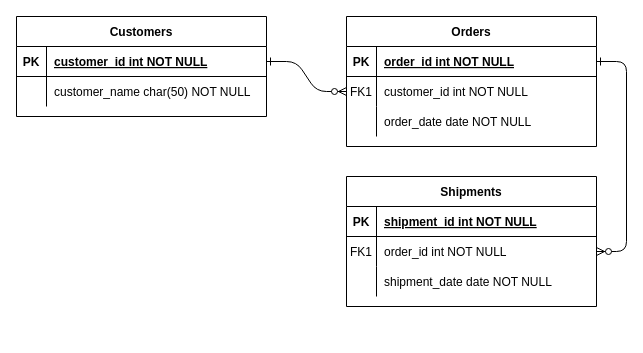
TonyG89/VUE_TAILWIND_footballweekend keeps this draw.io diagram as src/assets/Диаграмма без названия.drawio. Above is the earlier version. Source tidied: cells renumbered, new cells numbered last; positions are measured from the earlier drawing's top-left corner, leaving out a move shared by most shapes. Both pictures are drawn from the tidied source at 100%, with x=0, y=0 at pixel (16, 16).
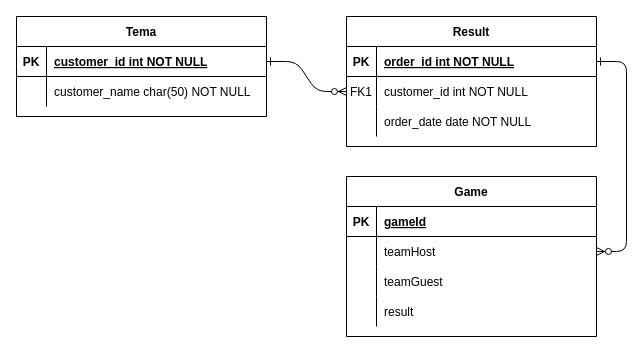
The same page after the edit.

The change refers to these unchanged cells:
```xml
<mxCell id="15" style="shape=partialRectangle;fillColor=none;top=0;left=0;right=0;bottom=1;" parent="14" vertex="1">
  <mxGeometry y="30" width="250" height="30" as="geometry" />
</mxCell>
<mxCell id="18" style="shape=partialRectangle;fillColor=none;points=[[0,0.5],[1,0.5]];portConstraint=eastwest;top=0;left=0;right=0;bottom=0;" parent="14" vertex="1">
  <mxGeometry y="60" width="250" height="30" as="geometry" />
</mxCell>
```

Change to the diagram source:
```diff
@@
-    <mxCell id="4" value="Orders" style="shape=table;startSize=30;childLayout=tableLayout;rowLines=0;fontStyle=1;align=center;" parent="1" vertex="1">
+    <mxCell id="4" value="Result" style="shape=table;startSize=30;childLayout=tableLayout;rowLines=0;fontStyle=1;align=center;" parent="1" vertex="1">
       <mxGeometry x="330" width="250" height="130" as="geometry" />
     </mxCell>
@@
-    <mxCell id="14" value="Shipments" style="shape=table;startSize=30;childLayout=tableLayout;rowLines=0;fontStyle=1;align=center;" parent="1" vertex="1">
-      <mxGeometry x="330" y="160" width="250" height="130" as="geometry" />
+    <mxCell id="14" value="Game" style="shape=table;startSize=30;childLayout=tableLayout;rowLines=0;fontStyle=1;align=center;" parent="1" vertex="1">
+      <mxGeometry x="330" y="160" width="250" height="160" as="geometry" />
     </mxCell>
@@
-    <mxCell id="17" value="shipment_id int NOT NULL " style="shape=partialRectangle;overflow=hidden;fillColor=none;top=0;left=0;bottom=0;right=0;align=left;spacingLeft=6;fontStyle=5;" parent="15" vertex="1">
+    <mxCell id="17" value="gameId" style="shape=partialRectangle;overflow=hidden;fillColor=none;top=0;left=0;bottom=0;right=0;align=left;spacingLeft=6;fontStyle=5;" parent="15" vertex="1">
       <mxGeometry x="30" width="220" height="30" as="geometry" />
     </mxCell>
@@
-    <mxCell id="19" value="FK1" style="shape=partialRectangle;overflow=hidden;fillColor=none;top=0;left=0;bottom=0;right=0;" parent="18" vertex="1">
+    <mxCell id="19" style="shape=partialRectangle;overflow=hidden;fillColor=none;top=0;left=0;bottom=0;right=0;" parent="18" vertex="1">
       <mxGeometry width="30" height="30" as="geometry" />
     </mxCell>
-    <mxCell id="20" value="order_id int NOT NULL" style="shape=partialRectangle;overflow=hidden;fillColor=none;top=0;left=0;bottom=0;right=0;align=left;spacingLeft=6;" parent="18" vertex="1">
+    <mxCell id="20" value="teamHost" style="shape=partialRectangle;overflow=hidden;fillColor=none;top=0;left=0;bottom=0;right=0;align=left;spacingLeft=6;" parent="18" vertex="1">
       <mxGeometry x="30" width="220" height="30" as="geometry" />
     </mxCell>
+    <mxCell id="31" style="shape=partialRectangle;fillColor=none;top=0;left=0;right=0;bottom=0;" parent="14" vertex="1">
+      <mxGeometry y="90" width="250" height="30" as="geometry" />
+    </mxCell>
+    <mxCell id="32" style="shape=partialRectangle;overflow=hidden;fillColor=none;top=0;left=0;bottom=0;right=0;" parent="31" vertex="1">
+      <mxGeometry width="30" height="30" as="geometry" />
+    </mxCell>
+    <mxCell id="33" value="teamGuest" style="shape=partialRectangle;overflow=hidden;fillColor=none;top=0;left=0;bottom=0;right=0;align=left;spacingLeft=6;" parent="31" vertex="1">
+      <mxGeometry x="30" width="220" height="30" as="geometry" />
+    </mxCell>
     <mxCell id="21" style="shape=partialRectangle;fillColor=none;top=0;left=0;right=0;bottom=0;" parent="14" vertex="1">
-      <mxGeometry y="90" width="250" height="30" as="geometry" />
+      <mxGeometry y="120" width="250" height="30" as="geometry" />
     </mxCell>
@@
-    <mxCell id="23" value="shipment_date date NOT NULL" style="shape=partialRectangle;overflow=hidden;fillColor=none;top=0;left=0;bottom=0;right=0;align=left;spacingLeft=6;" parent="21" vertex="1">
+    <mxCell id="23" value="result" style="shape=partialRectangle;overflow=hidden;fillColor=none;top=0;left=0;bottom=0;right=0;align=left;spacingLeft=6;" parent="21" vertex="1">
       <mxGeometry x="30" width="220" height="30" as="geometry" />
     </mxCell>
-    <mxCell id="24" value="Customers" style="shape=table;startSize=30;childLayout=tableLayout;rowLines=0;fontStyle=1;align=center;" parent="1" vertex="1">
+    <mxCell id="24" value="Tema" style="shape=table;startSize=30;childLayout=tableLayout;rowLines=0;fontStyle=1;align=center;" parent="1" vertex="1">
       <mxGeometry width="250" height="100" as="geometry" />
     </mxCell>
```
